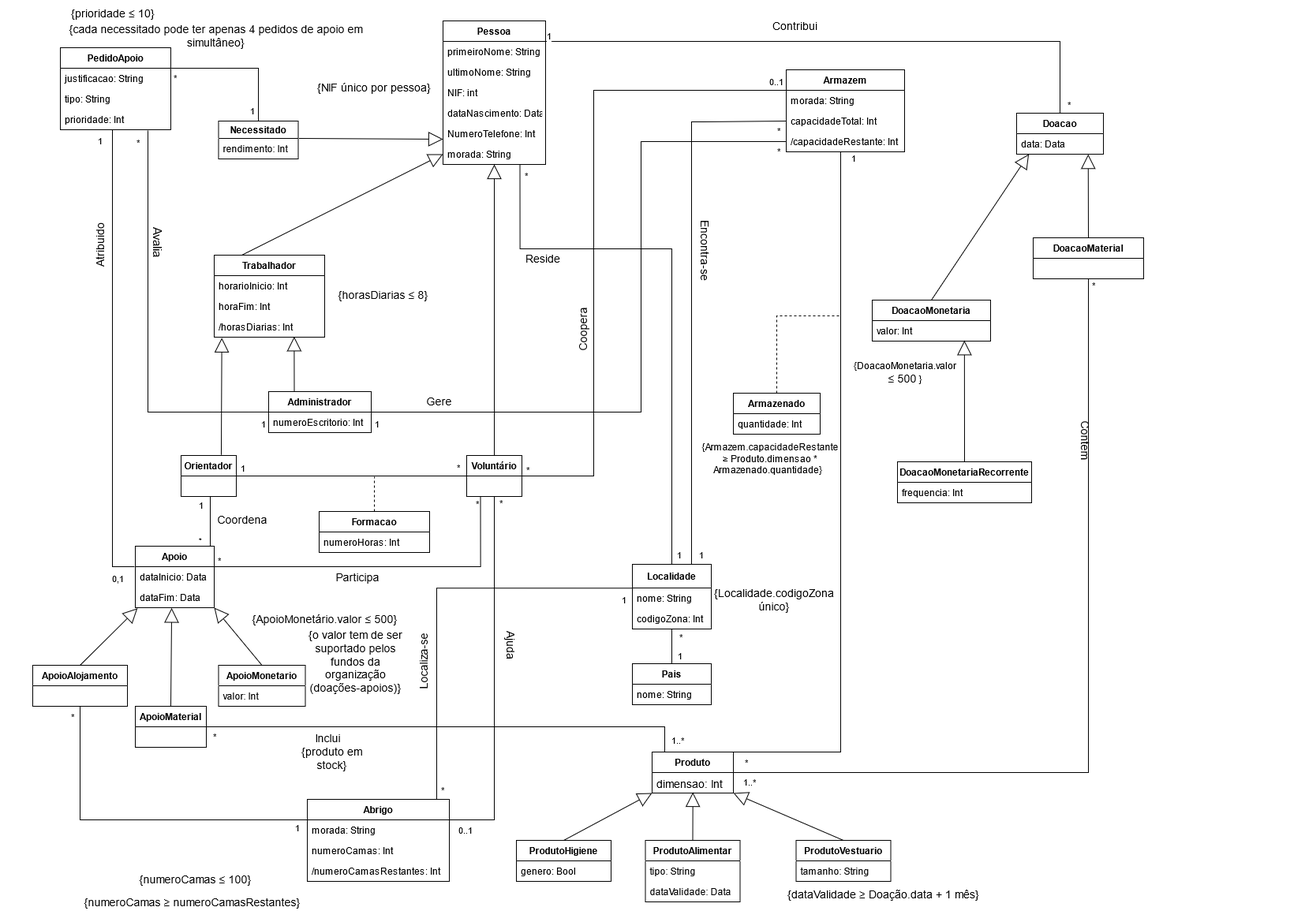
Above: Delivery_I/diagram.png in francisco-rente/FEUP-BDAD (draw.io), before the change. Source tidied: cells renumbered, new cells last; positions are measured from the earlier drawing's top-left corner, leaving out a move shared by most shapes.
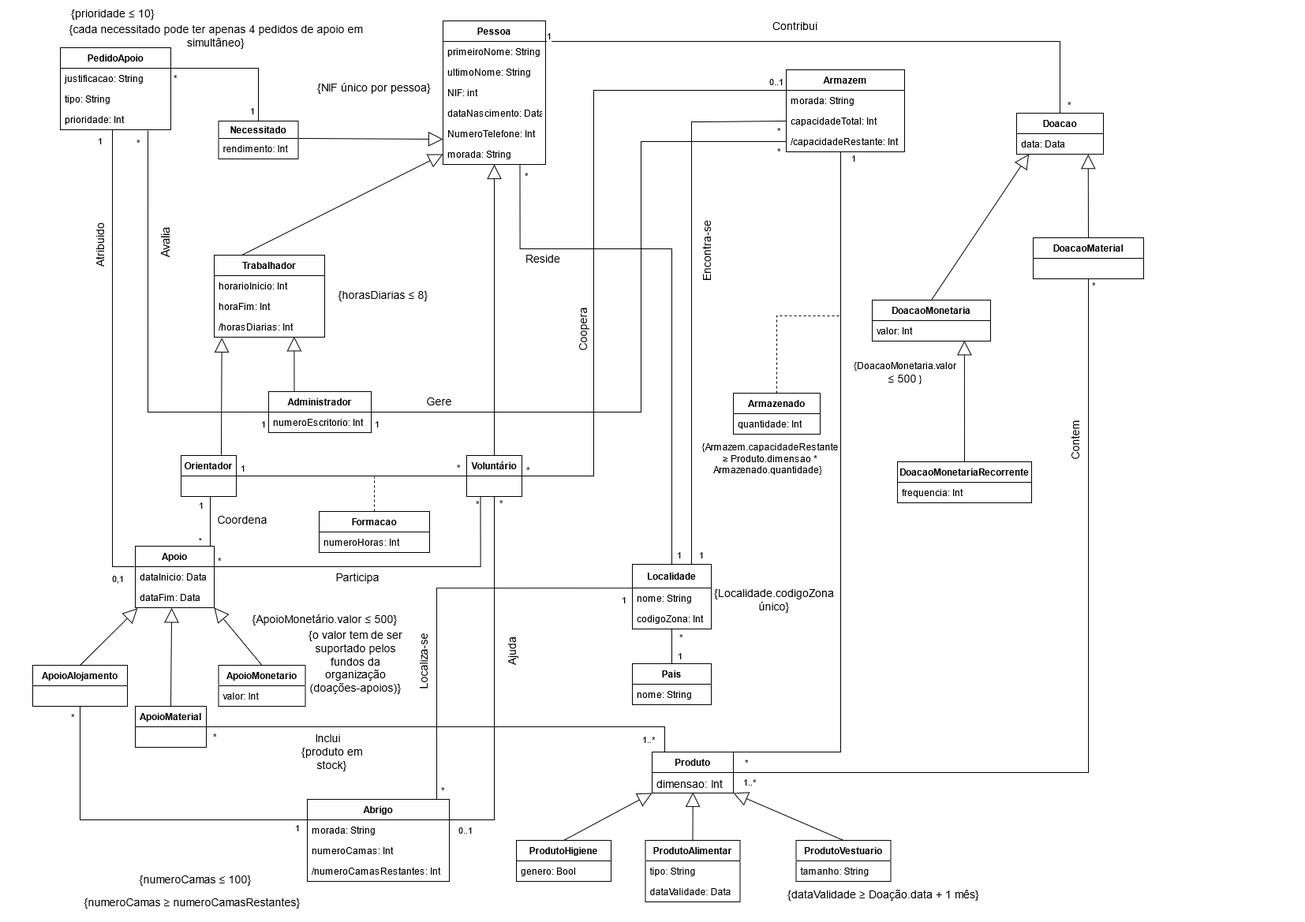
Above is the later version.

Diff of the diagram source:
```diff
@@ -323,7 +323,7 @@
     </mxCell>
     <mxCell id="90" value="1..*" style="edgeLabel;html=1;align=right;verticalAlign=bottom;" parent="88" vertex="1">
       <mxGeometry x="1" relative="1" as="geometry">
-        <mxPoint x="24" y="-8" as="offset" />
+        <mxPoint x="-13" y="-9.1" as="offset" />
       </mxGeometry>
     </mxCell>
     <mxCell id="91" style="endArrow=none;html=1;edgeStyle=orthogonalEdgeStyle;strokeColor=#000000;exitX=1;exitY=0.5;exitDx=0;exitDy=0;rounded=0;entryX=0;entryY=0.25;entryDx=0;entryDy=0;" parent="1" edge="1" source="13" target="15">
@@ -592,8 +592,8 @@
     <mxCell id="143" value="&lt;font style=&quot;font-size: 14px&quot;&gt;Gere&lt;/font&gt;" style="text;html=1;strokeColor=none;fillColor=none;align=center;verticalAlign=middle;whiteSpace=wrap;rounded=0;" parent="1" vertex="1">
       <mxGeometry x="481" y="489" width="69" height="20" as="geometry" />
     </mxCell>
-    <mxCell id="144" value="&lt;font style=&quot;font-size: 15px&quot;&gt;Avalia&lt;/font&gt;" style="text;html=1;strokeColor=none;fillColor=none;align=center;verticalAlign=middle;whiteSpace=wrap;rounded=0;rotation=90;" parent="1" vertex="1">
-      <mxGeometry x="140" y="288" width="40" height="20" as="geometry" />
+    <mxCell id="144" value="&lt;font style=&quot;font-size: 15px&quot;&gt;Avalia&lt;/font&gt;" style="text;html=1;strokeColor=none;fillColor=none;align=center;verticalAlign=middle;whiteSpace=wrap;rounded=0;rotation=-90;" parent="1" vertex="1">
+      <mxGeometry x="148" y="288" width="40" height="20" as="geometry" />
     </mxCell>
     <mxCell id="145" value="Atribuido" style="text;html=1;strokeColor=none;fillColor=none;align=center;verticalAlign=middle;whiteSpace=wrap;rounded=0;rotation=-90;fontSize=14;" parent="1" vertex="1">
       <mxGeometry x="65" y="291" width="40" height="20" as="geometry" />
@@ -604,8 +604,8 @@
     <mxCell id="147" value="Coordena" style="text;html=1;strokeColor=none;fillColor=none;align=center;verticalAlign=middle;whiteSpace=wrap;rounded=0;fontSize=14;" parent="1" vertex="1">
       <mxGeometry x="246" y="639" width="40" height="20" as="geometry" />
     </mxCell>
-    <mxCell id="148" value="Ajuda" style="text;html=1;strokeColor=none;fillColor=none;align=center;verticalAlign=middle;whiteSpace=wrap;rounded=0;fontSize=14;rotation=90;" parent="1" vertex="1">
-      <mxGeometry x="587" y="799" width="40" height="20" as="geometry" />
+    <mxCell id="148" value="Ajuda" style="text;html=1;strokeColor=none;fillColor=none;align=center;verticalAlign=middle;whiteSpace=wrap;rounded=0;fontSize=14;rotation=-90;" parent="1" vertex="1">
+      <mxGeometry x="587" y="806" width="40" height="20" as="geometry" />
     </mxCell>
     <mxCell id="149" value="Contribui" style="text;html=1;strokeColor=none;fillColor=none;align=center;verticalAlign=middle;whiteSpace=wrap;rounded=0;fontSize=14;" parent="1" vertex="1">
       <mxGeometry x="929" y="13" width="75" height="20" as="geometry" />
@@ -616,14 +616,14 @@
     <mxCell id="151" value="Localiza-se" style="text;html=1;strokeColor=none;fillColor=none;align=center;verticalAlign=middle;whiteSpace=wrap;rounded=0;fontSize=14;rotation=-90;" parent="1" vertex="1">
       <mxGeometry x="456" y="819" width="79" height="20" as="geometry" />
     </mxCell>
-    <mxCell id="152" value="Encontra-se" style="text;html=1;strokeColor=none;fillColor=none;align=center;verticalAlign=middle;whiteSpace=wrap;rounded=0;fontSize=14;rotation=90;" parent="1" vertex="1">
+    <mxCell id="152" value="Encontra-se" style="text;html=1;strokeColor=none;fillColor=none;align=center;verticalAlign=middle;whiteSpace=wrap;rounded=0;fontSize=14;rotation=-90;" parent="1" vertex="1">
       <mxGeometry x="811" y="298.5" width="85" height="20" as="geometry" />
     </mxCell>
     <mxCell id="153" value="Inclui" style="text;html=1;strokeColor=none;fillColor=none;align=center;verticalAlign=middle;whiteSpace=wrap;rounded=0;fontSize=14;" parent="1" vertex="1">
       <mxGeometry x="352" y="916" width="45" height="20" as="geometry" />
     </mxCell>
-    <mxCell id="154" value="Contem" style="text;html=1;strokeColor=none;fillColor=none;align=center;verticalAlign=middle;whiteSpace=wrap;rounded=0;fontSize=14;rotation=90;" parent="1" vertex="1">
-      <mxGeometry x="1315" y="539" width="40" height="20" as="geometry" />
+    <mxCell id="154" value="Contem" style="text;html=1;strokeColor=none;fillColor=none;align=center;verticalAlign=middle;whiteSpace=wrap;rounded=0;fontSize=14;rotation=-90;" parent="1" vertex="1">
+      <mxGeometry x="1301" y="539" width="40" height="20" as="geometry" />
     </mxCell>
     <mxCell id="155" value="Coopera" style="text;html=1;strokeColor=none;fillColor=none;align=center;verticalAlign=middle;whiteSpace=wrap;rounded=0;rotation=-90;fontSize=14;" parent="1" vertex="1">
       <mxGeometry x="677" y="398" width="40" height="20" as="geometry" />
```
